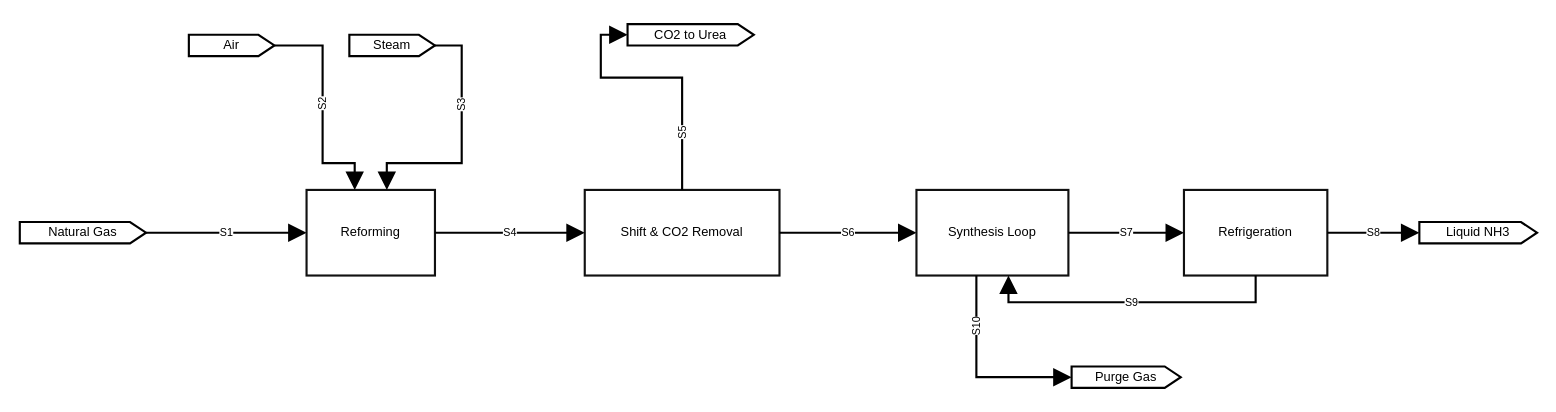
Earlier version of the draw.io diagram drawio-samples/12_block_flow_diagram.drawio (Alpha9463/pandid). Source tidied: cells renumbered, new cells numbered last; positions are measured from the earlier drawing's top-left corner, leaving out a move shared by most shapes. Both pictures are drawn from the tidied source at 107%, with x=0, y=0 at pixel (19, 24).
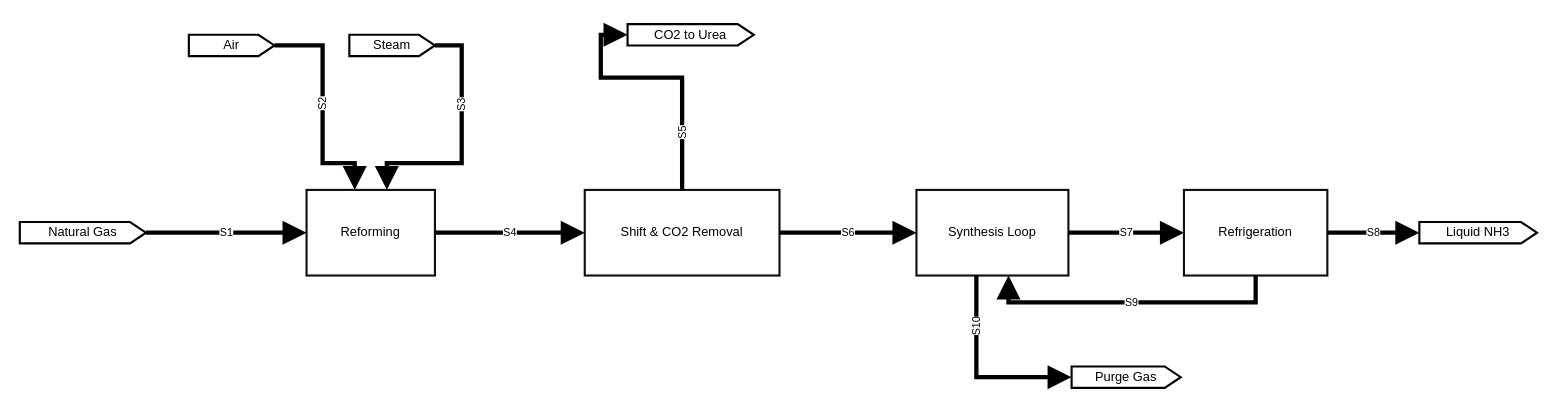
The same diagram, later.

Unchanged cells that the change refers to:
```xml
<mxCell id="2" value="Reforming" style="html=1;rounded=0;whiteSpace=wrap;strokeColor=#111;fillColor=none;strokeWidth=2;verticalLabelPosition=middle;verticalAlign=middle;align=center;fontSize=12;" parent="1" vertex="1">
  <mxGeometry x="268" y="155" width="120" height="80" as="geometry" />
</mxCell>
<mxCell id="3" value="Shift &amp;amp; CO2 Removal" style="html=1;rounded=0;whiteSpace=wrap;strokeColor=#111;fillColor=none;strokeWidth=2;verticalLabelPosition=middle;verticalAlign=middle;align=center;fontSize=12;" parent="1" vertex="1">
  <mxGeometry x="528" y="155" width="182" height="80" as="geometry" />
</mxCell>
<mxCell id="4" value="Synthesis Loop" style="html=1;rounded=0;whiteSpace=wrap;strokeColor=#111;fillColor=none;strokeWidth=2;verticalLabelPosition=middle;verticalAlign=middle;align=center;fontSize=12;" parent="1" vertex="1">
  <mxGeometry x="838" y="155" width="142" height="80" as="geometry" />
</mxCell>
<mxCell id="5" value="Refrigeration" style="html=1;rounded=0;whiteSpace=wrap;strokeColor=#111;fillColor=none;strokeWidth=2;verticalLabelPosition=middle;verticalAlign=middle;align=center;fontSize=12;" parent="1" vertex="1">
  <mxGeometry x="1088" y="155" width="134" height="80" as="geometry" />
</mxCell>
<mxCell id="6" value="Natural Gas" style="html=1;shape=offPageConnector;size=0.127119;direction=north;anchorPointDirection=0;legacyAnchorPoints=1;rounded=0;whiteSpace=wrap;strokeColor=#000000;fillColor=none;strokeWidth=2;verticalLabelPosition=middle;verticalAlign=middle;align=center;fontSize=12;" parent="1" vertex="1">
  <mxGeometry y="185" width="118" height="20" as="geometry" />
</mxCell>
<mxCell id="7" value="Air" style="html=1;shape=offPageConnector;size=0.1875;direction=north;anchorPointDirection=0;legacyAnchorPoints=1;rounded=0;whiteSpace=wrap;strokeColor=#000000;fillColor=none;strokeWidth=2;verticalLabelPosition=middle;verticalAlign=middle;align=center;fontSize=12;" parent="1" vertex="1">
  <mxGeometry x="158" y="10" width="80" height="20" as="geometry" />
</mxCell>
<mxCell id="8" value="Steam" style="html=1;shape=offPageConnector;size=0.1875;direction=north;anchorPointDirection=0;legacyAnchorPoints=1;rounded=0;whiteSpace=wrap;strokeColor=#000000;fillColor=none;strokeWidth=2;verticalLabelPosition=middle;verticalAlign=middle;align=center;fontSize=12;" parent="1" vertex="1">
  <mxGeometry x="308" y="10" width="80" height="20" as="geometry" />
</mxCell>
<mxCell id="9" value="CO2 to Urea" style="html=1;shape=offPageConnector;size=0.127119;direction=north;anchorPointDirection=0;legacyAnchorPoints=1;rounded=0;whiteSpace=wrap;strokeColor=#000000;fillColor=none;strokeWidth=2;verticalLabelPosition=middle;verticalAlign=middle;align=center;fontSize=12;" parent="1" vertex="1">
  <mxGeometry x="568" width="118" height="20" as="geometry" />
</mxCell>
<mxCell id="10" value="Liquid NH3" style="html=1;shape=offPageConnector;size=0.136364;direction=north;anchorPointDirection=0;legacyAnchorPoints=1;rounded=0;whiteSpace=wrap;strokeColor=#000000;fillColor=none;strokeWidth=2;verticalLabelPosition=middle;verticalAlign=middle;align=center;fontSize=12;" parent="1" vertex="1">
  <mxGeometry x="1308" y="185" width="110" height="20" as="geometry" />
</mxCell>
<mxCell id="11" value="Purge Gas" style="html=1;shape=offPageConnector;size=0.147059;direction=north;anchorPointDirection=0;legacyAnchorPoints=1;rounded=0;whiteSpace=wrap;strokeColor=#000000;fillColor=none;strokeWidth=2;verticalLabelPosition=middle;verticalAlign=middle;align=center;fontSize=12;" parent="1" vertex="1">
  <mxGeometry x="983" y="320" width="102" height="20" as="geometry" />
</mxCell>
```

Diff of the diagram source:
```diff
@@
-    <mxCell id="12" value="S1" style="html=1;edgeStyle=none;rounded=0;jettySize=auto;exitX=1;exitY=0.5;exitDx=0;exitDy=0;exitPerimeter=0;entryX=0;entryY=0.5;entryDx=0;entryDy=0;entryPerimeter=0;strokeColor=#000000;strokeWidth=2;endArrow=block;endFill=1;endSize=12;startArrow=none;labelBackgroundColor=#ffffff;verticalAlign=middle;align=center;fontSize=10;" parent="1" edge="1" source="6" target="2">
+    <mxCell id="12" value="S1" style="html=1;edgeStyle=none;rounded=0;jettySize=auto;exitX=1;exitY=0.5;exitDx=0;exitDy=0;exitPerimeter=0;entryX=0;entryY=0.5;entryDx=0;entryDy=0;entryPerimeter=0;strokeColor=#000000;strokeWidth=4;endArrow=block;endFill=1;endSize=12;startArrow=none;labelBackgroundColor=#ffffff;verticalAlign=middle;align=center;fontSize=10;" parent="1" edge="1" source="6" target="2">
       <mxGeometry relative="1" as="geometry" />
     </mxCell>
-    <mxCell id="13" value="S2" style="html=1;edgeStyle=none;rounded=0;jettySize=auto;exitX=1;exitY=0.5;exitDx=0;exitDy=0;exitPerimeter=0;entryX=0.375;entryY=0;entryDx=0;entryDy=0;entryPerimeter=0;strokeColor=#000000;strokeWidth=2;endArrow=block;endFill=1;endSize=12;startArrow=none;labelBackgroundColor=#ffffff;verticalAlign=middle;align=center;fontSize=10;horizontal=0;" parent="1" edge="1" source="7" target="2">
+    <mxCell id="13" value="S2" style="html=1;edgeStyle=none;rounded=0;jettySize=auto;exitX=1;exitY=0.5;exitDx=0;exitDy=0;exitPerimeter=0;entryX=0.375;entryY=0;entryDx=0;entryDy=0;entryPerimeter=0;strokeColor=#000000;strokeWidth=4;endArrow=block;endFill=1;endSize=12;startArrow=none;labelBackgroundColor=#ffffff;verticalAlign=middle;align=center;fontSize=10;horizontal=0;" parent="1" edge="1" source="7" target="2">
       <mxGeometry x="-0.05" relative="1" as="geometry">
         <Array as="points">
           <mxPoint x="283" y="20" />
           <mxPoint x="283" y="130" />
           <mxPoint x="313" y="130" />
         </Array>
       </mxGeometry>
     </mxCell>
-    <mxCell id="14" value="S3" style="html=1;edgeStyle=none;rounded=0;jettySize=auto;exitX=1;exitY=0.5;exitDx=0;exitDy=0;exitPerimeter=0;entryX=0.625;entryY=0;entryDx=0;entryDy=0;entryPerimeter=0;strokeColor=#000000;strokeWidth=2;endArrow=block;endFill=1;endSize=12;startArrow=none;labelBackgroundColor=#ffffff;verticalAlign=middle;align=center;fontSize=10;horizontal=0;" parent="1" edge="1" source="8" target="2">
+    <mxCell id="14" value="S3" style="html=1;edgeStyle=none;rounded=0;jettySize=auto;exitX=1;exitY=0.5;exitDx=0;exitDy=0;exitPerimeter=0;entryX=0.625;entryY=0;entryDx=0;entryDy=0;entryPerimeter=0;strokeColor=#000000;strokeWidth=4;endArrow=block;endFill=1;endSize=12;startArrow=none;labelBackgroundColor=#ffffff;verticalAlign=middle;align=center;fontSize=10;horizontal=0;" parent="1" edge="1" source="8" target="2">
       <mxGeometry x="-0.3" relative="1" as="geometry">
         <Array as="points">
           <mxPoint x="413" y="20" />
           <mxPoint x="413" y="130" />
           <mxPoint x="343" y="130" />
         </Array>
       </mxGeometry>
     </mxCell>
-    <mxCell id="15" value="S4" style="html=1;edgeStyle=none;rounded=0;jettySize=auto;exitX=1;exitY=0.5;exitDx=0;exitDy=0;exitPerimeter=0;entryX=0;entryY=0.5;entryDx=0;entryDy=0;entryPerimeter=0;strokeColor=#000000;strokeWidth=2;endArrow=block;endFill=1;endSize=12;startArrow=none;labelBackgroundColor=#ffffff;verticalAlign=middle;align=center;fontSize=10;" parent="1" edge="1" source="2" target="3">
+    <mxCell id="15" value="S4" style="html=1;edgeStyle=none;rounded=0;jettySize=auto;exitX=1;exitY=0.5;exitDx=0;exitDy=0;exitPerimeter=0;entryX=0;entryY=0.5;entryDx=0;entryDy=0;entryPerimeter=0;strokeColor=#000000;strokeWidth=4;endArrow=block;endFill=1;endSize=12;startArrow=none;labelBackgroundColor=#ffffff;verticalAlign=middle;align=center;fontSize=10;" parent="1" edge="1" source="2" target="3">
       <mxGeometry relative="1" as="geometry" />
     </mxCell>
-    <mxCell id="16" value="S5" style="html=1;edgeStyle=none;rounded=0;jettySize=auto;exitX=0.5;exitY=0;exitDx=0;exitDy=0;exitPerimeter=0;entryX=0;entryY=0.5;entryDx=0;entryDy=0;entryPerimeter=0;strokeColor=#000000;strokeWidth=2;endArrow=block;endFill=1;endSize=12;startArrow=none;labelBackgroundColor=#ffffff;verticalAlign=middle;align=center;fontSize=10;horizontal=0;" parent="1" edge="1" source="3" target="9">
+    <mxCell id="16" value="S5" style="html=1;edgeStyle=none;rounded=0;jettySize=auto;exitX=0.5;exitY=0;exitDx=0;exitDy=0;exitPerimeter=0;entryX=0;entryY=0.5;entryDx=0;entryDy=0;entryPerimeter=0;strokeColor=#000000;strokeWidth=4;endArrow=block;endFill=1;endSize=12;startArrow=none;labelBackgroundColor=#ffffff;verticalAlign=middle;align=center;fontSize=10;horizontal=0;" parent="1" edge="1" source="3" target="9">
       <mxGeometry x="-0.57" relative="1" as="geometry">
         <Array as="points">
           <mxPoint x="619" y="50" />
           <mxPoint x="543" y="50" />
           <mxPoint x="543" y="10" />
         </Array>
       </mxGeometry>
     </mxCell>
-    <mxCell id="17" value="S6" style="html=1;edgeStyle=none;rounded=0;jettySize=auto;exitX=1;exitY=0.5;exitDx=0;exitDy=0;exitPerimeter=0;entryX=0;entryY=0.5;entryDx=0;entryDy=0;entryPerimeter=0;strokeColor=#000000;strokeWidth=2;endArrow=block;endFill=1;endSize=12;startArrow=none;labelBackgroundColor=#ffffff;verticalAlign=middle;align=center;fontSize=10;" parent="1" edge="1" source="3" target="4">
+    <mxCell id="17" value="S6" style="html=1;edgeStyle=none;rounded=0;jettySize=auto;exitX=1;exitY=0.5;exitDx=0;exitDy=0;exitPerimeter=0;entryX=0;entryY=0.5;entryDx=0;entryDy=0;entryPerimeter=0;strokeColor=#000000;strokeWidth=4;endArrow=block;endFill=1;endSize=12;startArrow=none;labelBackgroundColor=#ffffff;verticalAlign=middle;align=center;fontSize=10;" parent="1" edge="1" source="3" target="4">
       <mxGeometry relative="1" as="geometry" />
     </mxCell>
-    <mxCell id="18" value="S7" style="html=1;edgeStyle=none;rounded=0;jettySize=auto;exitX=1;exitY=0.5;exitDx=0;exitDy=0;exitPerimeter=0;entryX=0;entryY=0.5;entryDx=0;entryDy=0;entryPerimeter=0;strokeColor=#000000;strokeWidth=2;endArrow=block;endFill=1;endSize=12;startArrow=none;labelBackgroundColor=#ffffff;verticalAlign=middle;align=center;fontSize=10;" parent="1" edge="1" source="4" target="5">
+    <mxCell id="18" value="S7" style="html=1;edgeStyle=none;rounded=0;jettySize=auto;exitX=1;exitY=0.5;exitDx=0;exitDy=0;exitPerimeter=0;entryX=0;entryY=0.5;entryDx=0;entryDy=0;entryPerimeter=0;strokeColor=#000000;strokeWidth=4;endArrow=block;endFill=1;endSize=12;startArrow=none;labelBackgroundColor=#ffffff;verticalAlign=middle;align=center;fontSize=10;" parent="1" edge="1" source="4" target="5">
       <mxGeometry relative="1" as="geometry" />
     </mxCell>
-    <mxCell id="19" value="S8" style="html=1;edgeStyle=none;rounded=0;jettySize=auto;exitX=1;exitY=0.5;exitDx=0;exitDy=0;exitPerimeter=0;entryX=0;entryY=0.5;entryDx=0;entryDy=0;entryPerimeter=0;strokeColor=#000000;strokeWidth=2;endArrow=block;endFill=1;endSize=12;startArrow=none;labelBackgroundColor=#ffffff;verticalAlign=middle;align=center;fontSize=10;" parent="1" edge="1" source="5" target="10">
+    <mxCell id="19" value="S8" style="html=1;edgeStyle=none;rounded=0;jettySize=auto;exitX=1;exitY=0.5;exitDx=0;exitDy=0;exitPerimeter=0;entryX=0;entryY=0.5;entryDx=0;entryDy=0;entryPerimeter=0;strokeColor=#000000;strokeWidth=4;endArrow=block;endFill=1;endSize=12;startArrow=none;labelBackgroundColor=#ffffff;verticalAlign=middle;align=center;fontSize=10;" parent="1" edge="1" source="5" target="10">
       <mxGeometry relative="1" as="geometry" />
     </mxCell>
-    <mxCell id="20" value="S9" style="html=1;edgeStyle=none;rounded=0;jettySize=auto;exitX=0.5;exitY=1;exitDx=0;exitDy=0;exitPerimeter=0;entryX=0.605634;entryY=1;entryDx=0;entryDy=0;entryPerimeter=0;strokeColor=#000000;strokeWidth=2;endArrow=block;endFill=1;endSize=12;startArrow=none;labelBackgroundColor=#ffffff;verticalAlign=middle;align=center;fontSize=10;" parent="1" edge="1" source="5" target="4">
+    <mxCell id="20" value="S9" style="html=1;edgeStyle=none;rounded=0;jettySize=auto;exitX=0.5;exitY=1;exitDx=0;exitDy=0;exitPerimeter=0;entryX=0.605634;entryY=1;entryDx=0;entryDy=0;entryPerimeter=0;strokeColor=#000000;strokeWidth=4;endArrow=block;endFill=1;endSize=12;startArrow=none;labelBackgroundColor=#ffffff;verticalAlign=middle;align=center;fontSize=10;" parent="1" edge="1" source="5" target="4">
       <mxGeometry relative="1" as="geometry">
         <Array as="points">
           <mxPoint x="1155" y="260" />
           <mxPoint x="924" y="260" />
         </Array>
       </mxGeometry>
     </mxCell>
-    <mxCell id="21" value="S10" style="html=1;edgeStyle=none;rounded=0;jettySize=auto;exitX=0.394366;exitY=1;exitDx=0;exitDy=0;exitPerimeter=0;entryX=0;entryY=0.5;entryDx=0;entryDy=0;entryPerimeter=0;strokeColor=#000000;strokeWidth=2;endArrow=block;endFill=1;endSize=12;startArrow=none;labelBackgroundColor=#ffffff;verticalAlign=middle;align=center;fontSize=10;horizontal=0;" parent="1" edge="1" source="4" target="11">
+    <mxCell id="21" value="S10" style="html=1;edgeStyle=none;rounded=0;jettySize=auto;exitX=0.394366;exitY=1;exitDx=0;exitDy=0;exitPerimeter=0;entryX=0;entryY=0.5;entryDx=0;entryDy=0;entryPerimeter=0;strokeColor=#000000;strokeWidth=4;endArrow=block;endFill=1;endSize=12;startArrow=none;labelBackgroundColor=#ffffff;verticalAlign=middle;align=center;fontSize=10;horizontal=0;" parent="1" edge="1" source="4" target="11">
       <mxGeometry x="-0.48" relative="1" as="geometry">
         <Array as="points">
           <mxPoint x="894" y="330" />
         </Array>
       </mxGeometry>
     </mxCell>
```
